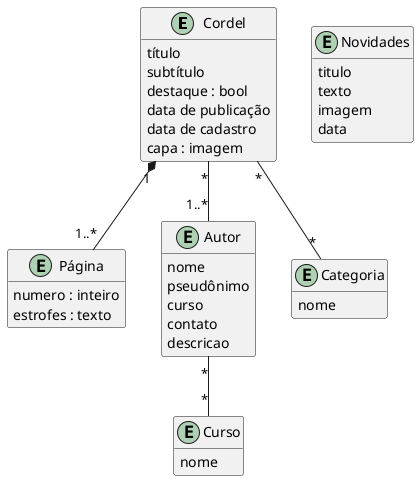
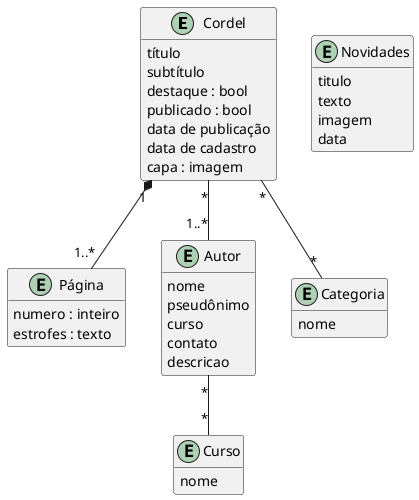
@startuml
hide empty methods
entity Cordel{
  título
  subtítulo
  destaque : bool
+   publicado : bool
  data de publicação
  data de cadastro
  capa : imagem
}
entity Página{
  numero : inteiro
  estrofes : texto
}
entity Curso{
  nome
}
entity Autor{
  nome
  pseudônimo
  curso
  contato
  descricao
}
entity Categoria{
  nome
}
entity Novidades {
  titulo
  texto
  imagem
  data
}
Cordel "1" *-- "1..*" Página
Cordel "*" -- "1..*" Autor
Cordel "*" -- "*" Categoria
Autor "*" -- "*" Curso
' visite plantuml.com para gerar o diagrama
@enduml
